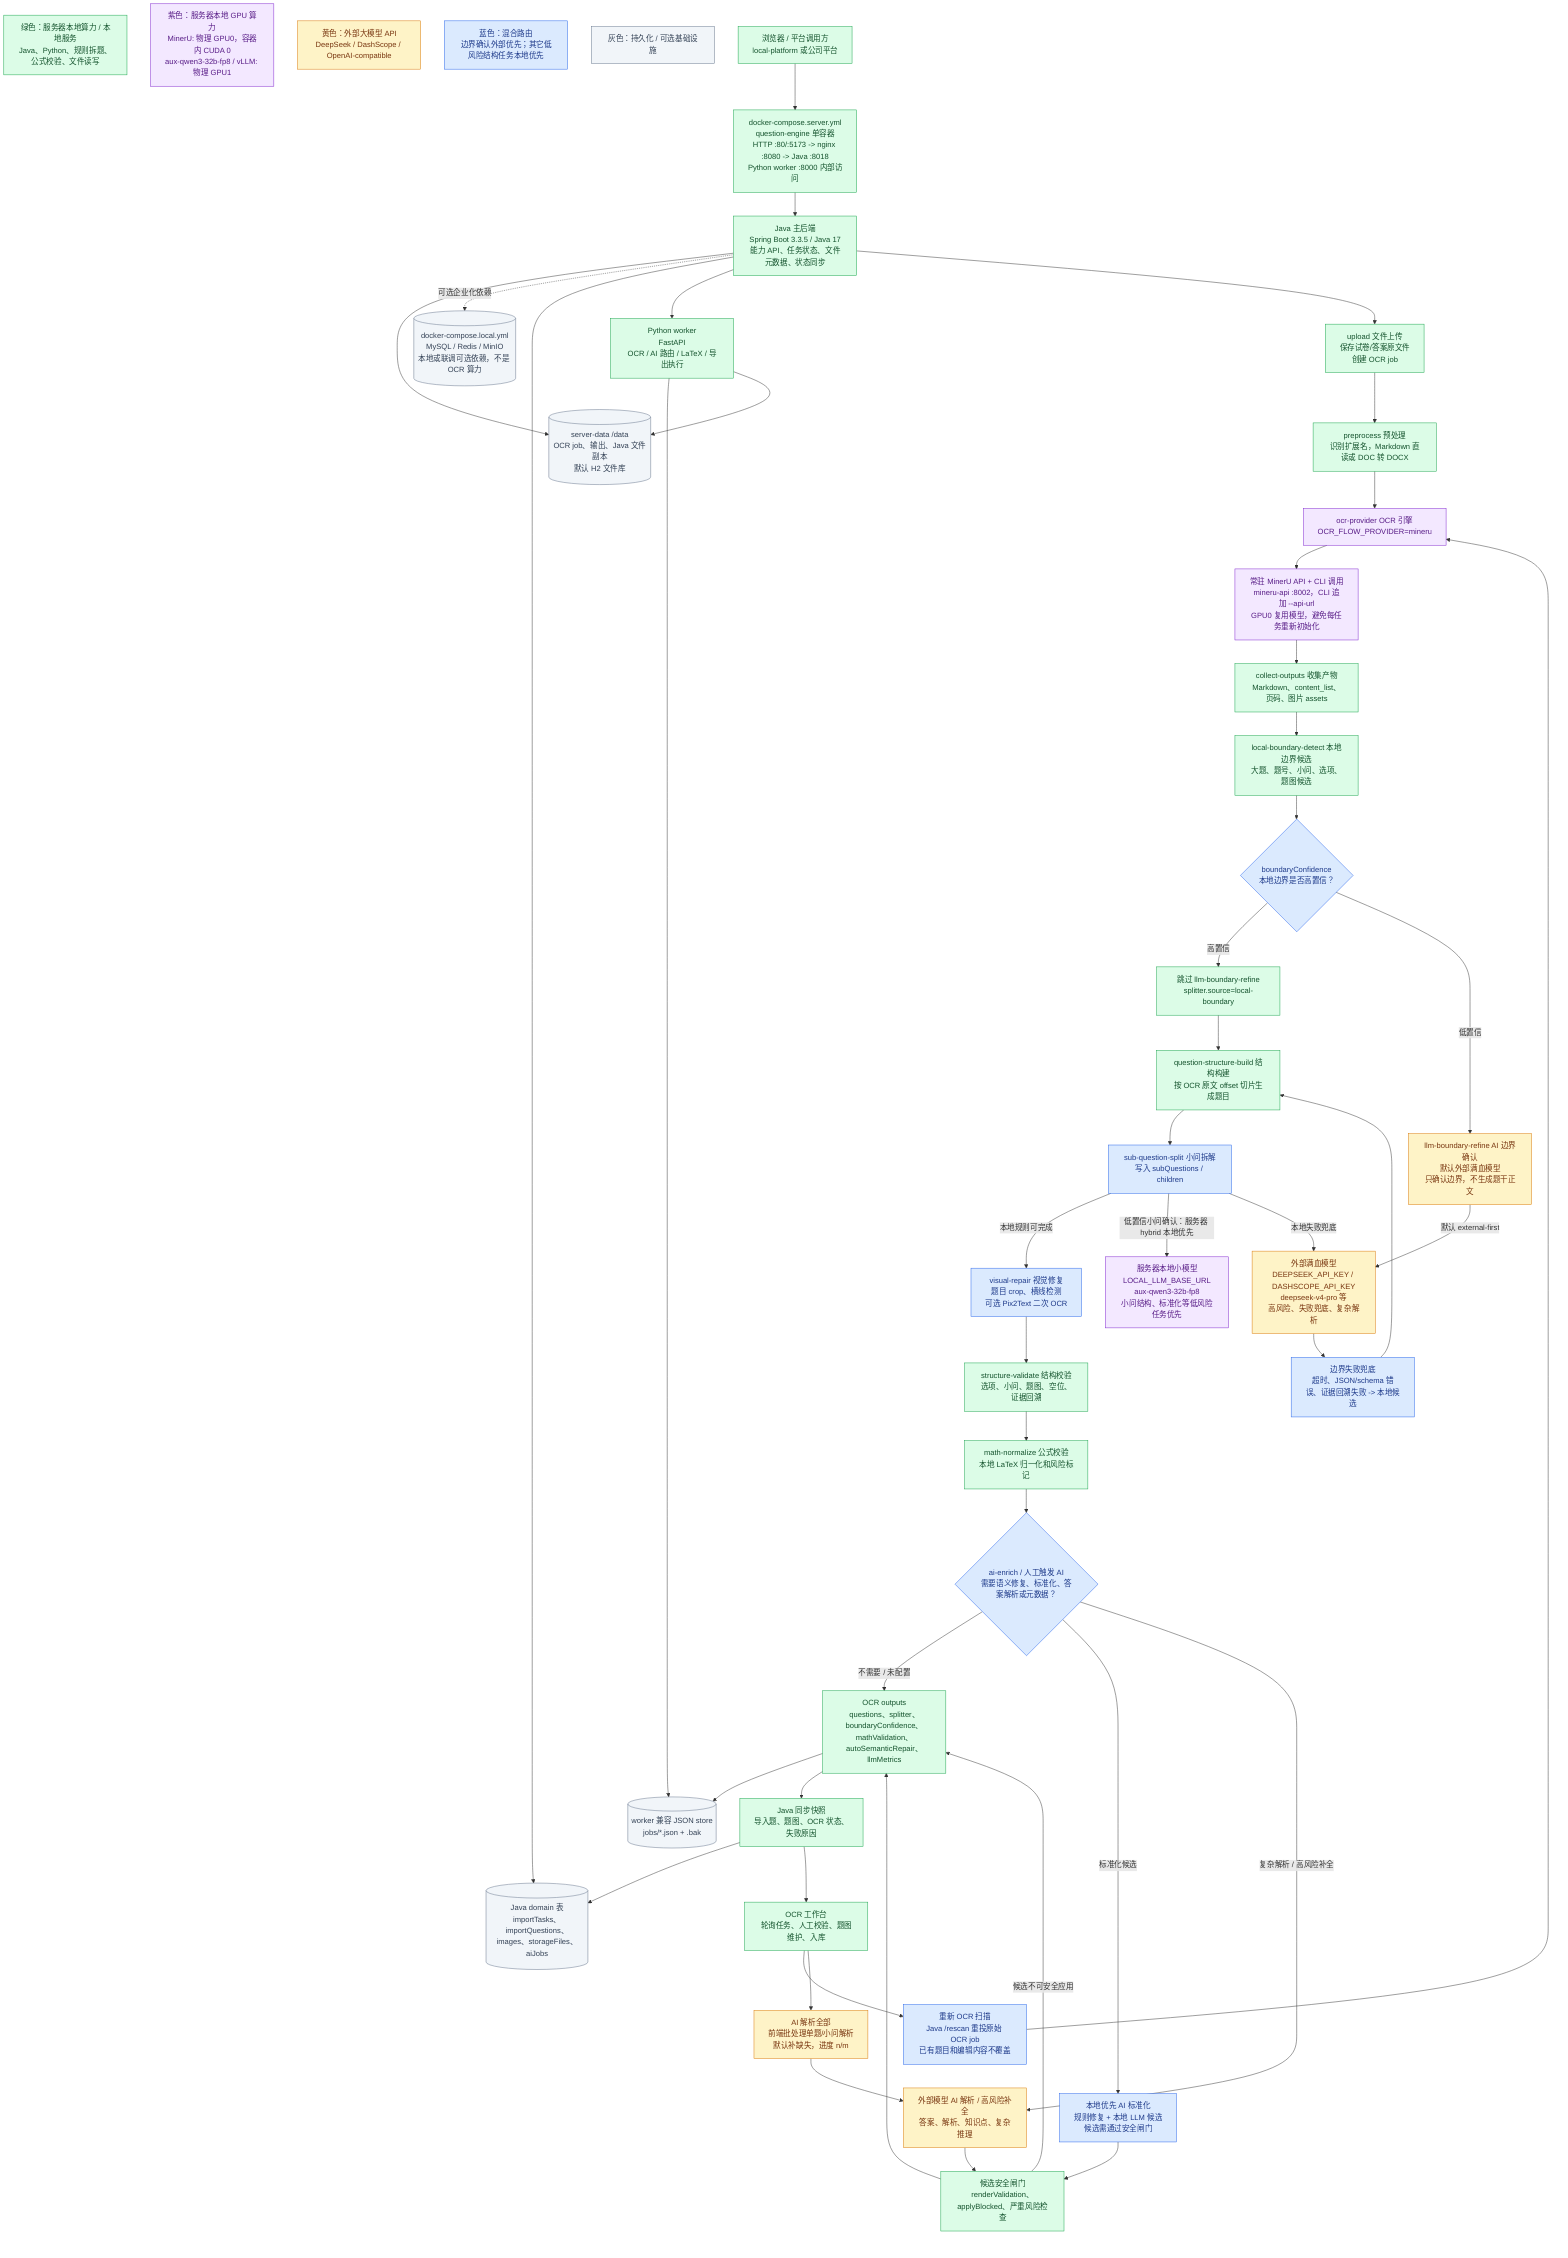
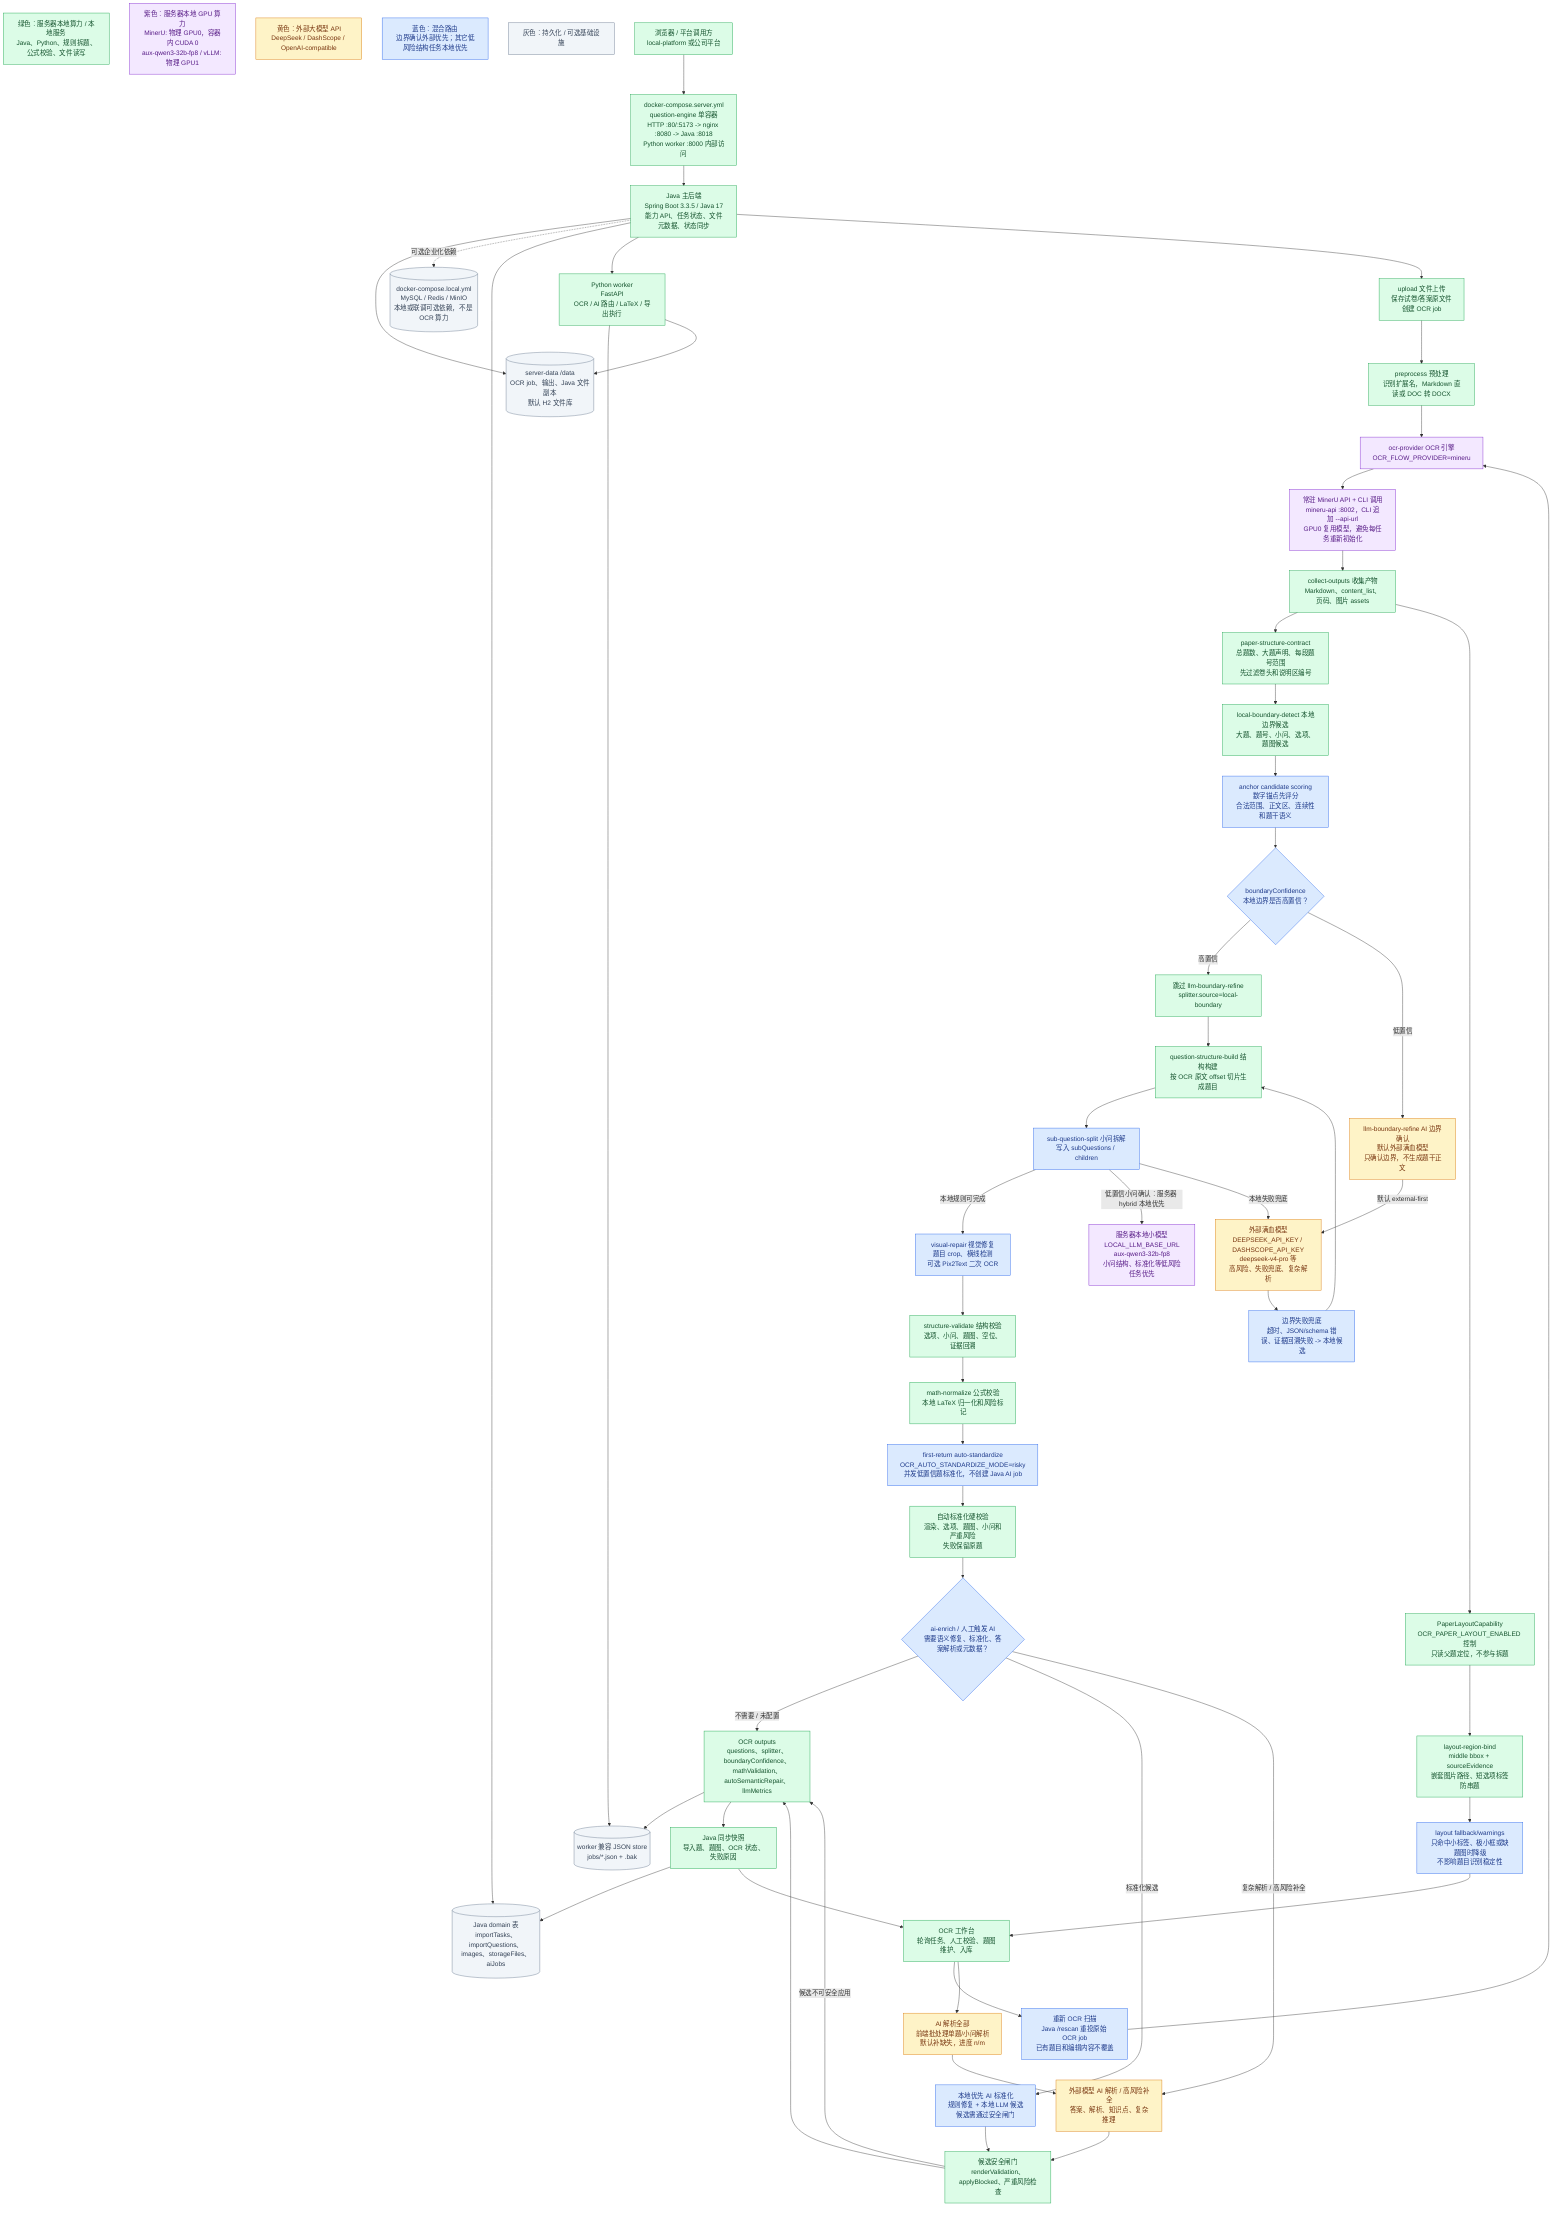
- %% Version: 2026-07-08 / server deployment v13
+ %% Version: 2026-07-10 / server deployment v15
%% Status: current-support
- %% Scope: server deployment OCR/AI compute boundary, GPU assignment, MinerU API, and public demo runtime.
+ %% Scope: server deployment OCR/AI compute boundary, GPU assignment, MinerU API, first-return auto standardization, layout overlay isolation, and public demo runtime.
flowchart TD
  LegendLocal["绿色：服务器本地算力 / 本地服务<br/>Java、Python、规则拆题、公式校验、文件读写"]:::local
  LegendGpu["紫色：服务器本地 GPU 算力<br/>MinerU: 物理 GPU0，容器内 CUDA 0<br/>aux-qwen3-32b-fp8 / vLLM: 物理 GPU1"]:::gpu
  LegendExternal["黄色：外部大模型 API<br/>DeepSeek / DashScope / OpenAI-compatible"]:::external
  LegendHybrid["蓝色：混合路由<br/>边界确认外部优先；其它低风险结构任务本地优先"]:::hybrid
  LegendStore["灰色：持久化 / 可选基础设施"]:::store

  Client["浏览器 / 平台调用方<br/>local-platform 或公司平台"]:::local
  ServerCompose["docker-compose.server.yml<br/>question-engine 单容器<br/>HTTP :80/:5173 -> nginx :8080 -> Java :8018<br/>Python worker :8000 内部访问"]:::local
  Java["Java 主后端<br/>Spring Boot 3.3.5 / Java 17<br/>能力 API、任务状态、文件元数据、状态同步"]:::local
  Worker["Python worker<br/>FastAPI<br/>OCR / AI 路由 / LaTeX / 导出执行"]:::local

  ServerData[("server-data /data<br/>OCR job、输出、Java 文件副本<br/>默认 H2 文件库")]:::store
  OptionalDeps[("docker-compose.local.yml<br/>MySQL / Redis / MinIO<br/>本地或联调可选依赖，不是 OCR 算力")]:::store
  JavaTables[("Java domain 表<br/>importTasks、importQuestions、images、storageFiles、aiJobs")]:::store
  WorkerStore[("worker 兼容 JSON store<br/>jobs/*.json + .bak")]:::store

  Upload["upload 文件上传<br/>保存试卷/答案原文件<br/>创建 OCR job"]:::local
  Preprocess["preprocess 预处理<br/>识别扩展名，Markdown 直读或 DOC 转 DOCX"]:::local
  OcrProvider["ocr-provider OCR 引擎<br/>OCR_FLOW_PROVIDER=mineru"]:::gpu
  MinerU["常驻 MinerU API + CLI 调用<br/>mineru-api :8002，CLI 追加 --api-url<br/>GPU0 复用模型，避免每任务重新初始化"]:::gpu
  Collect["collect-outputs 收集产物<br/>Markdown、content_list、页码、图片 assets"]:::local
+   StructureContract["paper-structure-contract<br/>总题数、大题声明、每段题号范围<br/>先过滤卷头和说明区编号"]:::local
  LocalBoundary["local-boundary-detect 本地边界候选<br/>大题、题号、小问、选项、题图候选"]:::local
+   AnchorScore["anchor candidate scoring<br/>数字锚点先评分<br/>合法范围、正文区、连续性和题干语义"]:::hybrid
  Confidence{"boundaryConfidence<br/>本地边界是否高置信？"}:::hybrid
  SkipBoundaryLlm["跳过 llm-boundary-refine<br/>splitter.source=local-boundary"]:::local

  BoundaryRoute["llm-boundary-refine AI 边界确认<br/>默认外部满血模型<br/>只确认边界，不生成题干正文"]:::external
  LocalLLM["服务器本地小模型<br/>LOCAL_LLM_BASE_URL<br/>aux-qwen3-32b-fp8<br/>小问结构、标准化等低风险任务优先"]:::gpu
  ExternalLLM["外部满血模型<br/>DEEPSEEK_API_KEY / DASHSCOPE_API_KEY<br/>deepseek-v4-pro 等<br/>高风险、失败兜底、复杂解析"]:::external
  BoundaryFallback["边界失败兜底<br/>超时、JSON/schema 错误、证据回溯失败 -> 本地候选"]:::hybrid

  BuildStructure["question-structure-build 结构构建<br/>按 OCR 原文 offset 切片生成题目"]:::local
  SubQuestion["sub-question-split 小问拆解<br/>写入 subQuestions / children"]:::hybrid
  VisualRepair["visual-repair 视觉修复<br/>题目 crop、横线检测<br/>可选 Pix2Text 二次 OCR"]:::hybrid
  StructureValidate["structure-validate 结构校验<br/>选项、小问、题图、空位、证据回溯"]:::local
  MathNormalize["math-normalize 公式校验<br/>本地 LaTeX 归一化和风险标记"]:::local
+   AutoStandardize["first-return auto-standardize<br/>OCR_AUTO_STANDARDIZE_MODE=risky<br/>并发低置信题标准化，不创建 Java AI job"]:::hybrid
+   AutoStandardizeGate["自动标准化硬校验<br/>渲染、选项、题图、小问和严重风险<br/>失败保留原题"]:::local

  AiEnrichDecision{"ai-enrich / 人工触发 AI<br/>需要语义修复、标准化、答案解析或元数据？"}:::hybrid
  LocalStandardize["本地优先 AI 标准化<br/>规则修复 + 本地 LLM 候选<br/>候选需通过安全闸门"]:::hybrid
  ExternalAnalysis["外部模型 AI 解析 / 高风险补全<br/>答案、解析、知识点、复杂推理"]:::external
  AiGate["候选安全闸门<br/>renderValidation、applyBlocked、严重风险检查"]:::local

  Outputs["OCR outputs<br/>questions、splitter、boundaryConfidence、mathValidation、autoSemanticRepair、llmMetrics"]:::local
  JavaSync["Java 同步快照<br/>导入题、题图、OCR 状态、失败原因"]:::local
+   PaperLayout["PaperLayoutCapability<br/>OCR_PAPER_LAYOUT_ENABLED 控制<br/>只读父题定位，不参与拆题"]:::local
+   LayoutBind["layout-region-bind<br/>middle bbox + sourceEvidence<br/>嵌套图片路径、短选项标签防串题"]:::local
+   LayoutFallback["layout fallback/warnings<br/>只命中小标签、极小框或缺题图时降级<br/>不影响题目识别稳定性"]:::hybrid
  Workbench["OCR 工作台<br/>轮询任务、人工校验、题图维护、入库"]:::local
  Rescan["重新 OCR 扫描<br/>Java /rescan 重投原始 OCR job<br/>已有题目和编辑内容不覆盖"]:::hybrid
  BatchAnalysis["AI 解析全部<br/>前端批处理单题/小问解析<br/>默认补缺失，进度 n/m"]:::external

  Client --> ServerCompose --> Java
  Java --> ServerData
  Java -. 可选企业化依赖 .-> OptionalDeps
  Java --> JavaTables
  Java --> Worker
  Worker --> WorkerStore
  Worker --> ServerData

  Java --> Upload --> Preprocess --> OcrProvider --> MinerU --> Collect
-   Collect --> LocalBoundary --> Confidence
+   Collect --> StructureContract --> LocalBoundary --> AnchorScore --> Confidence
  Confidence -- 高置信 --> SkipBoundaryLlm --> BuildStructure
  Confidence -- 低置信 --> BoundaryRoute
  BoundaryRoute -- "默认 external-first" --> ExternalLLM --> BoundaryFallback
  BoundaryFallback --> BuildStructure

  BuildStructure --> SubQuestion
  SubQuestion -- "本地规则可完成" --> VisualRepair
  SubQuestion -- "低置信小问确认：服务器 hybrid 本地优先" --> LocalLLM
  SubQuestion -- "本地失败兜底" --> ExternalLLM
-   VisualRepair --> StructureValidate --> MathNormalize --> AiEnrichDecision
+   VisualRepair --> StructureValidate --> MathNormalize --> AutoStandardize --> AutoStandardizeGate --> AiEnrichDecision

  AiEnrichDecision -- "不需要 / 未配置" --> Outputs
  AiEnrichDecision -- "标准化候选" --> LocalStandardize --> AiGate --> Outputs
  AiEnrichDecision -- "复杂解析 / 高风险补全" --> ExternalAnalysis --> AiGate
  AiGate -- "候选不可安全应用" --> Outputs
  Outputs --> WorkerStore
  Outputs --> JavaSync --> JavaTables
+   Collect --> PaperLayout --> LayoutBind --> LayoutFallback --> Workbench
  JavaSync --> Workbench
  Workbench --> Rescan --> OcrProvider
  Workbench --> BatchAnalysis --> ExternalAnalysis

  classDef local fill:#dcfce7,stroke:#16a34a,color:#14532d,stroke-width:1px;
  classDef gpu fill:#f3e8ff,stroke:#7e22ce,color:#581c87,stroke-width:1px;
  classDef external fill:#fef3c7,stroke:#d97706,color:#78350f,stroke-width:1px;
  classDef hybrid fill:#dbeafe,stroke:#2563eb,color:#1e3a8a,stroke-width:1px;
  classDef store fill:#f1f5f9,stroke:#64748b,color:#334155,stroke-width:1px;
